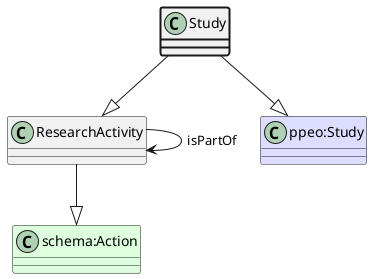
This is ttl_uml/ttl_appn_Study.png from aus-plant-phenomics-network/appn-schema, a PlantUML export, as it was before one commit. The source it was exported from:
```plantuml
@startuml
class Study  #line.bold
class ResearchActivity
class "schema:Action" #DDFFDD
ResearchActivity --|> "schema:Action"
Study --|> ResearchActivity
class "ppeo:Study" #DDDDFF
Study --|> "ppeo:Study"
class ResearchActivity
ResearchActivity --> ResearchActivity : isPartOf
@enduml
```
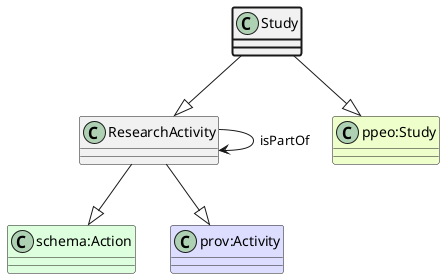
After the commit.

Diff of the diagram source:
```diff
@@ -3,8 +3,10 @@
 class ResearchActivity
 class "schema:Action" #DDFFDD
 ResearchActivity --|> "schema:Action"
+class "prov:Activity" #DDDDFF
+ResearchActivity --|> "prov:Activity"
 Study --|> ResearchActivity
-class "ppeo:Study" #DDDDFF
+class "ppeo:Study" #EEFFCC
 Study --|> "ppeo:Study"
 class ResearchActivity
 ResearchActivity --> ResearchActivity : isPartOf
```
